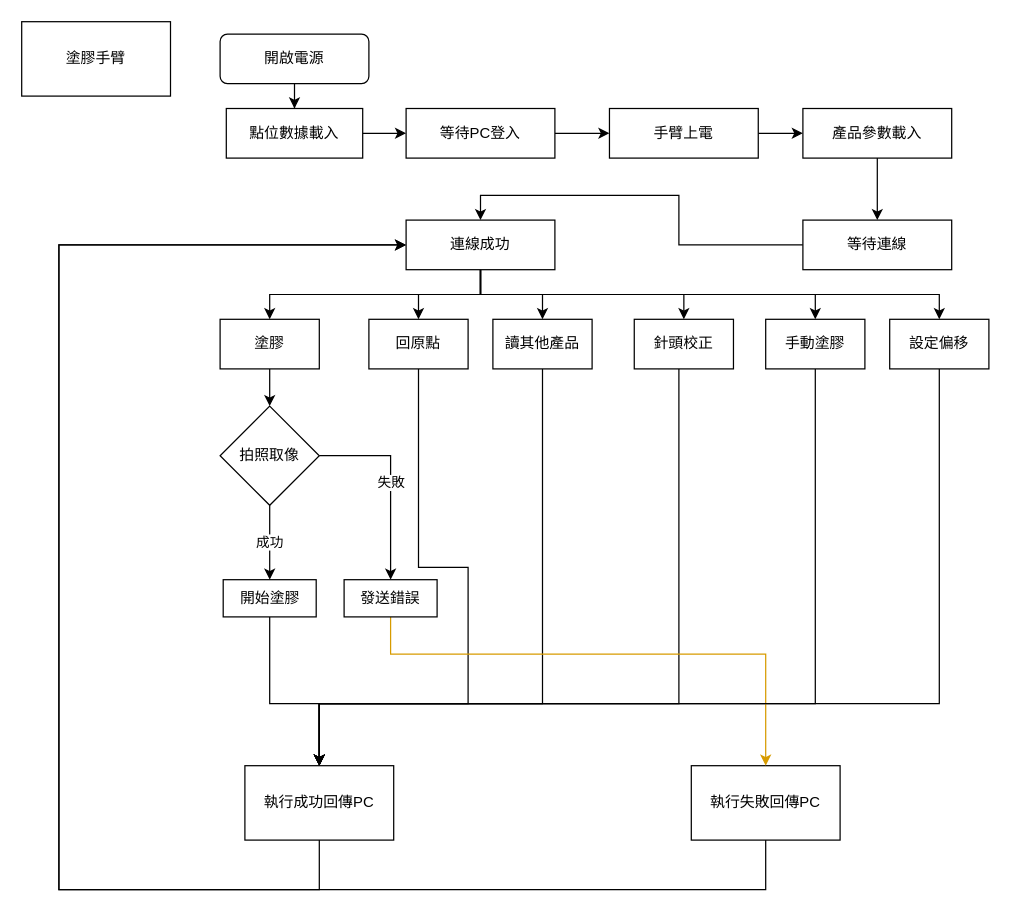
Above: page "第 2 页" (2 of 3) of 未命名绘图.drawio in RickLin19921104/murder (draw.io), before the change. Source tidied: cells renumbered, new cells numbered last; positions are measured from the earlier drawing's top-left corner, leaving out a move shared by most shapes. Both pictures are drawn from the tidied source at 124%, with x=0, y=0 at pixel (21, 21).
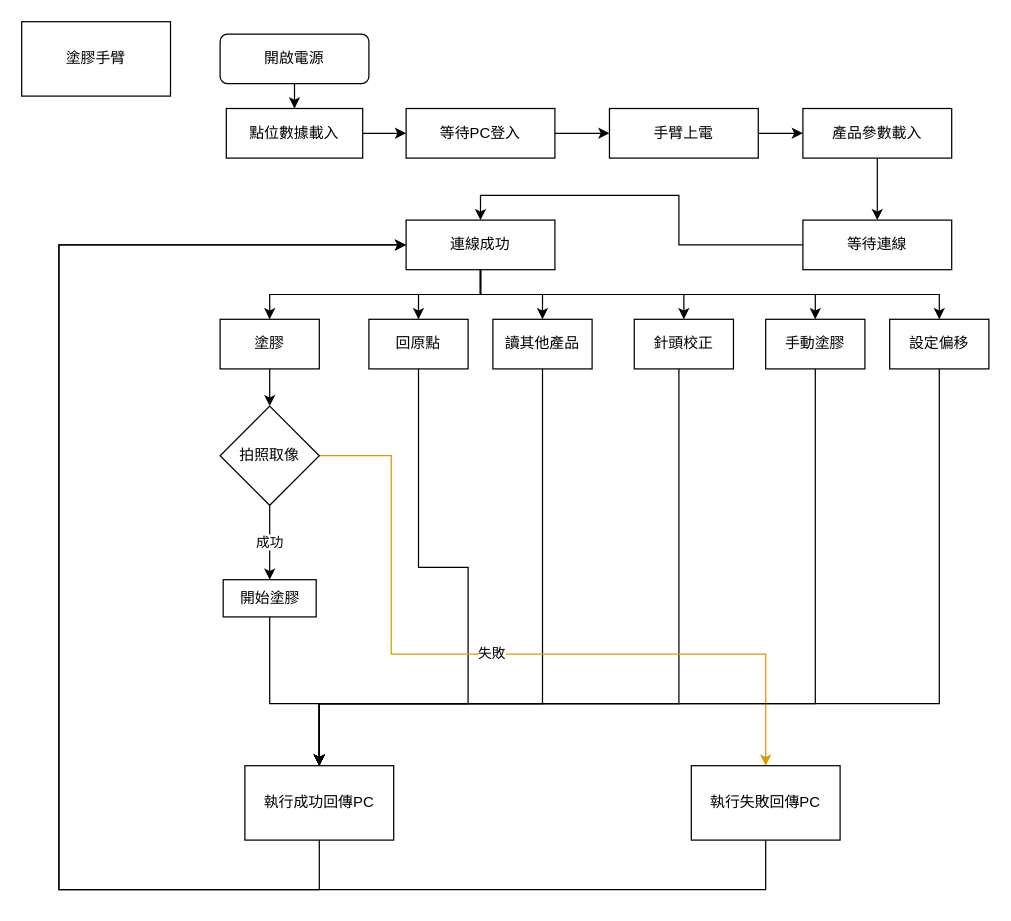
The same page after the edit.

Unchanged cells that the change refers to:
```xml
<mxCell id="34" value="拍照取像" style="rhombus;whiteSpace=wrap;html=1;" parent="1" vertex="1">
  <mxGeometry x="160" y="310" width="80" height="80" as="geometry" />
</mxCell>
<mxCell id="38" value="執行失敗回傳PC" style="rounded=0;whiteSpace=wrap;html=1;" parent="1" vertex="1">
  <mxGeometry x="540" y="600" width="120" height="60" as="geometry" />
</mxCell>
```

Change to the diagram source:
```diff
@@
-    <mxCell id="33" value="失敗" style="edgeStyle=orthogonalEdgeStyle;rounded=0;jettySize=auto;html=1;entryX=0.5;entryY=0;entryDx=0;entryDy=0;" parent="1" edge="1" source="34" target="42">
-      <mxGeometry relative="1" as="geometry">
+    <mxCell id="33" value="失敗" style="edgeStyle=orthogonalEdgeStyle;rounded=0;jettySize=auto;html=1;entryX=0.5;entryY=0;entryDx=0;entryDy=0;fillColor=#ffe6cc;strokeColor=#d79b00;" parent="1" edge="1" source="34" target="38">
+      <mxGeometry x="-0.02" relative="1" as="geometry">
         <Array as="points">
           <mxPoint x="298" y="350" />
+          <mxPoint x="298" y="510" />
+          <mxPoint x="600" y="510" />
         </Array>
       </mxGeometry>
     </mxCell>
@@
-    <mxCell id="41" style="edgeStyle=orthogonalEdgeStyle;rounded=0;jettySize=auto;html=1;fillColor=#ffe6cc;strokeColor=#d79b00;" parent="1" edge="1" source="42" target="38">
-      <mxGeometry relative="1" as="geometry">
-        <Array as="points">
-          <mxPoint x="298" y="510" />
-          <mxPoint x="600" y="510" />
-        </Array>
-      </mxGeometry>
-    </mxCell>
-    <mxCell id="42" value="發送錯誤" style="rounded=0;whiteSpace=wrap;html=1;" parent="1" vertex="1">
-      <mxGeometry x="260" y="450" width="75" height="30" as="geometry" />
-    </mxCell>
```
